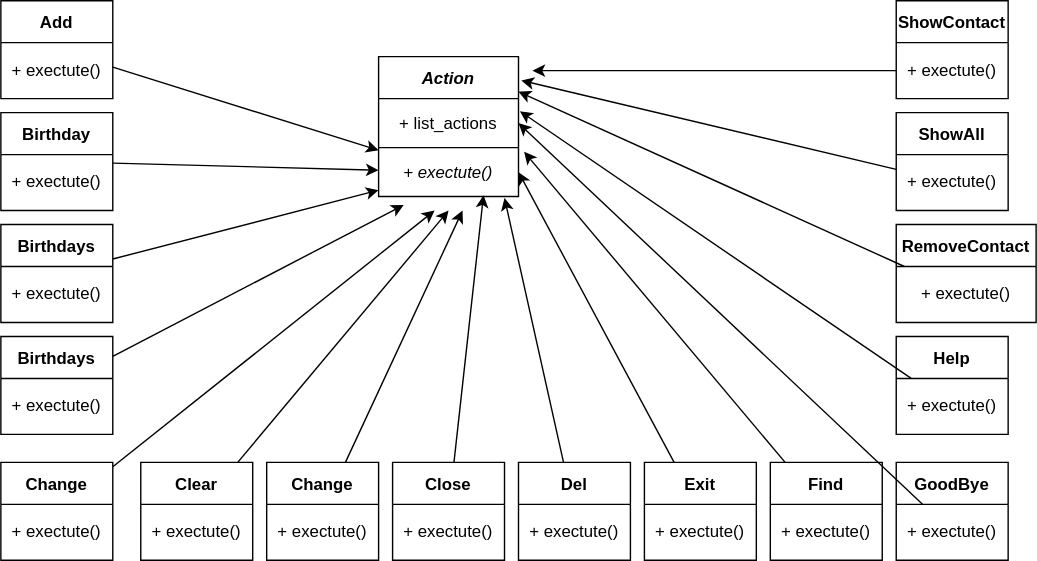
alex-kondr/Python keeps this draw.io diagram as Python web/HW_01/console_bot/console_bot/uml_actions.drawio.svg. Above is the earlier version. Source tidied: cells renumbered, new cells last; positions are measured from the earlier drawing's top-left corner, leaving out a move shared by most shapes. Its diagram source:
```xml
<mxGraphModel>
  <root>
    <mxCell id="0" />
    <mxCell id="1" parent="0" />
    <mxCell id="2" value="Action" style="shape=table;startSize=30;fontStyle=3;align=center;" parent="1" vertex="1">
      <mxGeometry x="270" y="40" width="100" height="100" as="geometry" />
    </mxCell>
    <mxCell id="3" style="shape=partialRectangle;html=1;whiteSpace=wrap;fillColor=none;top=0;left=0;bottom=0;right=0;points=[[0,0.5],[1,0.5]];portConstraint=eastwest;" parent="2" vertex="1">
      <mxGeometry y="30" width="100" height="35" as="geometry" />
    </mxCell>
    <mxCell id="4" value="+ list_actions" style="shape=partialRectangle;html=1;whiteSpace=wrap;fillColor=none;top=0;left=0;bottom=0;right=0;overflow=hidden;" parent="3" vertex="1">
      <mxGeometry width="100" height="35" as="geometry" />
    </mxCell>
    <mxCell id="5" style="shape=partialRectangle;html=1;whiteSpace=wrap;fillColor=none;top=0;left=0;bottom=0;right=0;points=[[0,0.5],[1,0.5]];portConstraint=eastwest;" parent="2" vertex="1">
      <mxGeometry y="65" width="100" height="35" as="geometry" />
    </mxCell>
    <mxCell id="6" value="&lt;i&gt;+ exectute()&lt;/i&gt;" style="shape=partialRectangle;html=1;whiteSpace=wrap;fillColor=none;top=0;left=0;bottom=0;right=0;overflow=hidden;" parent="5" vertex="1">
      <mxGeometry width="100" height="35" as="geometry" />
    </mxCell>
    <mxCell id="7" style="edgeStyle=none;html=1;" parent="1" edge="1" source="8" target="5">
      <mxGeometry relative="1" as="geometry" />
    </mxCell>
    <mxCell id="8" value="Add" style="shape=table;startSize=30;fontStyle=1;align=center;" parent="1" vertex="1">
      <mxGeometry width="80" height="70" as="geometry" />
    </mxCell>
    <mxCell id="9" style="shape=partialRectangle;html=1;whiteSpace=wrap;fillColor=none;top=0;left=0;bottom=0;right=0;" parent="8" vertex="1">
      <mxGeometry y="30" width="80" height="40" as="geometry" />
    </mxCell>
    <mxCell id="10" value="+ exectute()" style="shape=partialRectangle;html=1;whiteSpace=wrap;fillColor=none;top=0;left=0;bottom=0;right=0;overflow=hidden;" parent="9" vertex="1">
      <mxGeometry width="80" height="40" as="geometry" />
    </mxCell>
    <mxCell id="11" style="edgeStyle=none;html=1;" parent="1" edge="1" source="12" target="5">
      <mxGeometry relative="1" as="geometry" />
    </mxCell>
    <mxCell id="12" value="Birthday" style="shape=table;startSize=30;fontStyle=1;align=center;" parent="1" vertex="1">
      <mxGeometry y="80" width="80" height="70" as="geometry" />
    </mxCell>
    <mxCell id="13" style="shape=partialRectangle;html=1;whiteSpace=wrap;fillColor=none;top=0;left=0;bottom=0;right=0;" parent="12" vertex="1">
      <mxGeometry y="30" width="80" height="40" as="geometry" />
    </mxCell>
    <mxCell id="14" value="+ exectute()" style="shape=partialRectangle;html=1;whiteSpace=wrap;fillColor=none;top=0;left=0;bottom=0;right=0;overflow=hidden;" parent="13" vertex="1">
      <mxGeometry width="80" height="40" as="geometry" />
    </mxCell>
    <mxCell id="15" style="edgeStyle=none;html=1;" parent="1" edge="1" source="16" target="5">
      <mxGeometry relative="1" as="geometry" />
    </mxCell>
    <mxCell id="16" value="Birthdays" style="shape=table;startSize=30;fontStyle=1;align=center;" parent="1" vertex="1">
      <mxGeometry y="160" width="80" height="70" as="geometry" />
    </mxCell>
    <mxCell id="17" style="shape=partialRectangle;html=1;whiteSpace=wrap;fillColor=none;top=0;left=0;bottom=0;right=0;" parent="16" vertex="1">
      <mxGeometry y="30" width="80" height="40" as="geometry" />
    </mxCell>
    <mxCell id="18" value="+ exectute()" style="shape=partialRectangle;html=1;whiteSpace=wrap;fillColor=none;top=0;left=0;bottom=0;right=0;overflow=hidden;" parent="17" vertex="1">
      <mxGeometry width="80" height="40" as="geometry" />
    </mxCell>
    <mxCell id="19" style="edgeStyle=none;html=1;entryX=0.18;entryY=1.171;entryDx=0;entryDy=0;entryPerimeter=0;" parent="1" edge="1" source="20" target="5">
      <mxGeometry relative="1" as="geometry" />
    </mxCell>
    <mxCell id="20" value="Birthdays" style="shape=table;startSize=30;fontStyle=1;align=center;" parent="1" vertex="1">
      <mxGeometry y="240" width="80" height="70" as="geometry" />
    </mxCell>
    <mxCell id="21" style="shape=partialRectangle;html=1;whiteSpace=wrap;fillColor=none;top=0;left=0;bottom=0;right=0;" parent="20" vertex="1">
      <mxGeometry y="30" width="80" height="40" as="geometry" />
    </mxCell>
    <mxCell id="22" value="+ exectute()" style="shape=partialRectangle;html=1;whiteSpace=wrap;fillColor=none;top=0;left=0;bottom=0;right=0;overflow=hidden;" parent="21" vertex="1">
      <mxGeometry width="80" height="40" as="geometry" />
    </mxCell>
    <mxCell id="23" style="edgeStyle=none;html=1;entryX=0.4;entryY=1.286;entryDx=0;entryDy=0;entryPerimeter=0;" parent="1" edge="1" source="24" target="5">
      <mxGeometry relative="1" as="geometry" />
    </mxCell>
    <mxCell id="24" value="Change" style="shape=table;startSize=30;fontStyle=1;align=center;" parent="1" vertex="1">
      <mxGeometry y="330" width="80" height="70" as="geometry" />
    </mxCell>
    <mxCell id="25" style="shape=partialRectangle;html=1;whiteSpace=wrap;fillColor=none;top=0;left=0;bottom=0;right=0;" parent="24" vertex="1">
      <mxGeometry y="30" width="80" height="40" as="geometry" />
    </mxCell>
    <mxCell id="26" value="+ exectute()" style="shape=partialRectangle;html=1;whiteSpace=wrap;fillColor=none;top=0;left=0;bottom=0;right=0;overflow=hidden;" parent="25" vertex="1">
      <mxGeometry width="80" height="40" as="geometry" />
    </mxCell>
    <mxCell id="27" style="edgeStyle=none;html=1;" parent="1" edge="1" source="28">
      <mxGeometry relative="1" as="geometry">
        <mxPoint x="320" y="150" as="targetPoint" />
      </mxGeometry>
    </mxCell>
    <mxCell id="28" value="Clear" style="shape=table;startSize=30;fontStyle=1;align=center;" parent="1" vertex="1">
      <mxGeometry x="100" y="330" width="80" height="70" as="geometry" />
    </mxCell>
    <mxCell id="29" style="shape=partialRectangle;html=1;whiteSpace=wrap;fillColor=none;top=0;left=0;bottom=0;right=0;" parent="28" vertex="1">
      <mxGeometry y="30" width="80" height="40" as="geometry" />
    </mxCell>
    <mxCell id="30" value="+ exectute()" style="shape=partialRectangle;html=1;whiteSpace=wrap;fillColor=none;top=0;left=0;bottom=0;right=0;overflow=hidden;" parent="29" vertex="1">
      <mxGeometry width="80" height="40" as="geometry" />
    </mxCell>
    <mxCell id="31" style="edgeStyle=none;html=1;" parent="1" edge="1" source="32">
      <mxGeometry relative="1" as="geometry">
        <mxPoint x="330" y="150" as="targetPoint" />
      </mxGeometry>
    </mxCell>
    <mxCell id="32" value="Change" style="shape=table;startSize=30;fontStyle=1;align=center;" parent="1" vertex="1">
      <mxGeometry x="190" y="330" width="80" height="70" as="geometry" />
    </mxCell>
    <mxCell id="33" style="shape=partialRectangle;html=1;whiteSpace=wrap;fillColor=none;top=0;left=0;bottom=0;right=0;" parent="32" vertex="1">
      <mxGeometry y="30" width="80" height="40" as="geometry" />
    </mxCell>
    <mxCell id="34" value="+ exectute()" style="shape=partialRectangle;html=1;whiteSpace=wrap;fillColor=none;top=0;left=0;bottom=0;right=0;overflow=hidden;" parent="33" vertex="1">
      <mxGeometry width="80" height="40" as="geometry" />
    </mxCell>
    <mxCell id="35" style="edgeStyle=none;html=1;entryX=0.75;entryY=0.971;entryDx=0;entryDy=0;entryPerimeter=0;" parent="1" edge="1" source="36" target="5">
      <mxGeometry relative="1" as="geometry" />
    </mxCell>
    <mxCell id="36" value="Close" style="shape=table;startSize=30;fontStyle=1;align=center;" parent="1" vertex="1">
      <mxGeometry x="280" y="330" width="80" height="70" as="geometry" />
    </mxCell>
    <mxCell id="37" style="shape=partialRectangle;html=1;whiteSpace=wrap;fillColor=none;top=0;left=0;bottom=0;right=0;points=[[0,0.5],[1,0.5]];portConstraint=eastwest;" parent="36" vertex="1">
      <mxGeometry y="30" width="80" height="40" as="geometry" />
    </mxCell>
    <mxCell id="38" value="+ exectute()" style="shape=partialRectangle;html=1;whiteSpace=wrap;fillColor=none;top=0;left=0;bottom=0;right=0;overflow=hidden;" parent="37" vertex="1">
      <mxGeometry width="80" height="40" as="geometry" />
    </mxCell>
    <mxCell id="39" style="edgeStyle=none;html=1;entryX=0.9;entryY=1.029;entryDx=0;entryDy=0;entryPerimeter=0;" parent="1" edge="1" source="40" target="5">
      <mxGeometry relative="1" as="geometry" />
    </mxCell>
    <mxCell id="40" value="Del" style="shape=table;startSize=30;fontStyle=1;align=center;" parent="1" vertex="1">
      <mxGeometry x="370" y="330" width="80" height="70" as="geometry" />
    </mxCell>
    <mxCell id="41" style="shape=partialRectangle;html=1;whiteSpace=wrap;fillColor=none;top=0;left=0;bottom=0;right=0;" parent="40" vertex="1">
      <mxGeometry y="30" width="80" height="40" as="geometry" />
    </mxCell>
    <mxCell id="42" value="+ exectute()" style="shape=partialRectangle;html=1;whiteSpace=wrap;fillColor=none;top=0;left=0;bottom=0;right=0;overflow=hidden;" parent="41" vertex="1">
      <mxGeometry width="80" height="40" as="geometry" />
    </mxCell>
    <mxCell id="43" style="edgeStyle=none;html=1;entryX=1;entryY=0.5;entryDx=0;entryDy=0;" parent="1" edge="1" source="44" target="5">
      <mxGeometry relative="1" as="geometry" />
    </mxCell>
    <mxCell id="44" value="Exit" style="shape=table;startSize=30;fontStyle=1;align=center;" parent="1" vertex="1">
      <mxGeometry x="460" y="330" width="80" height="70" as="geometry" />
    </mxCell>
    <mxCell id="45" style="shape=partialRectangle;html=1;whiteSpace=wrap;fillColor=none;top=0;left=0;bottom=0;right=0;" parent="44" vertex="1">
      <mxGeometry y="30" width="80" height="40" as="geometry" />
    </mxCell>
    <mxCell id="46" value="+ exectute()" style="shape=partialRectangle;html=1;whiteSpace=wrap;fillColor=none;top=0;left=0;bottom=0;right=0;overflow=hidden;" parent="45" vertex="1">
      <mxGeometry width="80" height="40" as="geometry" />
    </mxCell>
    <mxCell id="47" style="edgeStyle=none;html=1;entryX=1.04;entryY=0.086;entryDx=0;entryDy=0;entryPerimeter=0;" parent="1" edge="1" source="48" target="5">
      <mxGeometry relative="1" as="geometry" />
    </mxCell>
    <mxCell id="48" value="Find" style="shape=table;startSize=30;fontStyle=1;align=center;" parent="1" vertex="1">
      <mxGeometry x="550" y="330" width="80" height="70" as="geometry" />
    </mxCell>
    <mxCell id="49" style="shape=partialRectangle;html=1;whiteSpace=wrap;fillColor=none;top=0;left=0;bottom=0;right=0;" parent="48" vertex="1">
      <mxGeometry y="30" width="80" height="40" as="geometry" />
    </mxCell>
    <mxCell id="50" value="+ exectute()" style="shape=partialRectangle;html=1;whiteSpace=wrap;fillColor=none;top=0;left=0;bottom=0;right=0;overflow=hidden;" parent="49" vertex="1">
      <mxGeometry width="80" height="40" as="geometry" />
    </mxCell>
    <mxCell id="51" value="GoodBye" style="shape=table;startSize=30;fontStyle=1;align=center;" parent="1" vertex="1">
      <mxGeometry x="640" y="330" width="80" height="70" as="geometry" />
    </mxCell>
    <mxCell id="52" style="shape=partialRectangle;html=1;whiteSpace=wrap;fillColor=none;top=0;left=0;bottom=0;right=0;points=[[0,0.5],[1,0.5]];portConstraint=eastwest;" parent="51" vertex="1">
      <mxGeometry y="30" width="80" height="40" as="geometry" />
    </mxCell>
    <mxCell id="53" value="+ exectute()" style="shape=partialRectangle;html=1;whiteSpace=wrap;fillColor=none;top=0;left=0;bottom=0;right=0;overflow=hidden;" parent="52" vertex="1">
      <mxGeometry width="80" height="40" as="geometry" />
    </mxCell>
    <mxCell id="54" style="edgeStyle=none;html=1;entryX=1;entryY=0.5;entryDx=0;entryDy=0;" parent="1" edge="1" source="52" target="3">
      <mxGeometry relative="1" as="geometry" />
    </mxCell>
    <mxCell id="55" value="Help" style="shape=table;startSize=30;fontStyle=1;align=center;" parent="1" vertex="1">
      <mxGeometry x="640" y="240" width="80" height="70" as="geometry" />
    </mxCell>
    <mxCell id="56" style="shape=partialRectangle;html=1;whiteSpace=wrap;fillColor=none;top=0;left=0;bottom=0;right=0;points=[[0,0.5],[1,0.5]];portConstraint=eastwest;" parent="55" vertex="1">
      <mxGeometry y="30" width="80" height="40" as="geometry" />
    </mxCell>
    <mxCell id="57" value="+ exectute()" style="shape=partialRectangle;html=1;whiteSpace=wrap;fillColor=none;top=0;left=0;bottom=0;right=0;overflow=hidden;" parent="56" vertex="1">
      <mxGeometry width="80" height="40" as="geometry" />
    </mxCell>
    <mxCell id="58" value="RemoveContact" style="shape=table;startSize=30;fontStyle=1;align=center;" parent="1" vertex="1">
      <mxGeometry x="640" y="160" width="100" height="70" as="geometry" />
    </mxCell>
    <mxCell id="59" style="shape=partialRectangle;html=1;whiteSpace=wrap;fillColor=none;top=0;left=0;bottom=0;right=0;points=[[0,0.5],[1,0.5]];portConstraint=eastwest;" parent="58" vertex="1">
      <mxGeometry y="30" width="100" height="40" as="geometry" />
    </mxCell>
    <mxCell id="60" value="+ exectute()" style="shape=partialRectangle;html=1;whiteSpace=wrap;fillColor=none;top=0;left=0;bottom=0;right=0;overflow=hidden;" parent="59" vertex="1">
      <mxGeometry width="100" height="40" as="geometry" />
    </mxCell>
    <mxCell id="61" style="edgeStyle=none;html=1;entryX=1.01;entryY=0.257;entryDx=0;entryDy=0;entryPerimeter=0;" parent="1" edge="1" source="56" target="3">
      <mxGeometry relative="1" as="geometry" />
    </mxCell>
    <mxCell id="62" style="edgeStyle=none;html=1;entryX=1;entryY=0.25;entryDx=0;entryDy=0;" parent="1" edge="1" source="59" target="2">
      <mxGeometry relative="1" as="geometry" />
    </mxCell>
    <mxCell id="63" value="ShowAll" style="shape=table;startSize=30;fontStyle=1;align=center;" parent="1" vertex="1">
      <mxGeometry x="640" y="80" width="80" height="70" as="geometry" />
    </mxCell>
    <mxCell id="64" style="shape=partialRectangle;html=1;whiteSpace=wrap;fillColor=none;top=0;left=0;bottom=0;right=0;points=[[0,0.5],[1,0.5]];portConstraint=eastwest;" parent="63" vertex="1">
      <mxGeometry y="30" width="80" height="40" as="geometry" />
    </mxCell>
    <mxCell id="65" value="+ exectute()" style="shape=partialRectangle;html=1;whiteSpace=wrap;fillColor=none;top=0;left=0;bottom=0;right=0;overflow=hidden;" parent="64" vertex="1">
      <mxGeometry width="80" height="40" as="geometry" />
    </mxCell>
    <mxCell id="66" style="edgeStyle=none;html=1;entryX=1.02;entryY=0.17;entryDx=0;entryDy=0;entryPerimeter=0;" parent="1" edge="1" source="64" target="2">
      <mxGeometry relative="1" as="geometry" />
    </mxCell>
    <mxCell id="67" value="ShowContact" style="shape=table;startSize=30;fontStyle=1;align=center;" parent="1" vertex="1">
      <mxGeometry x="640" width="80" height="70" as="geometry" />
    </mxCell>
    <mxCell id="68" style="shape=partialRectangle;html=1;whiteSpace=wrap;fillColor=none;top=0;left=0;bottom=0;right=0;points=[[0,0.5],[1,0.5]];portConstraint=eastwest;" parent="67" vertex="1">
      <mxGeometry y="30" width="80" height="40" as="geometry" />
    </mxCell>
    <mxCell id="69" value="+ exectute()" style="shape=partialRectangle;html=1;whiteSpace=wrap;fillColor=none;top=0;left=0;bottom=0;right=0;overflow=hidden;" parent="68" vertex="1">
      <mxGeometry width="80" height="40" as="geometry" />
    </mxCell>
    <mxCell id="70" style="edgeStyle=none;html=1;" parent="1" edge="1" source="68">
      <mxGeometry relative="1" as="geometry">
        <mxPoint x="380" y="50" as="targetPoint" />
      </mxGeometry>
    </mxCell>
  </root>
</mxGraphModel>
```
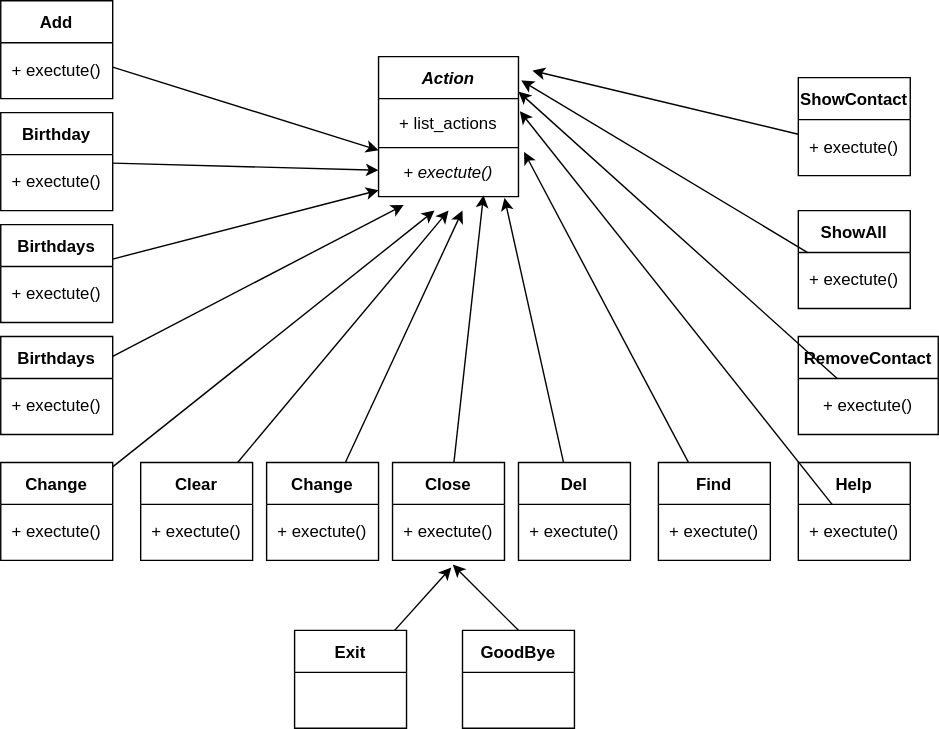
The same file after the commit.

What changed in the source:
```diff
@@ -129,23 +129,23 @@
     <mxCell id="42" value="+ exectute()" style="shape=partialRectangle;html=1;whiteSpace=wrap;fillColor=none;top=0;left=0;bottom=0;right=0;overflow=hidden;" parent="41" vertex="1">
       <mxGeometry width="80" height="40" as="geometry" />
     </mxCell>
-    <mxCell id="43" style="edgeStyle=none;html=1;entryX=1;entryY=0.5;entryDx=0;entryDy=0;" parent="1" edge="1" source="44" target="5">
+    <mxCell id="43" style="edgeStyle=none;html=1;entryX=0.525;entryY=1.125;entryDx=0;entryDy=0;entryPerimeter=0;" parent="1" edge="1" source="44" target="37">
       <mxGeometry relative="1" as="geometry" />
     </mxCell>
     <mxCell id="44" value="Exit" style="shape=table;startSize=30;fontStyle=1;align=center;" parent="1" vertex="1">
-      <mxGeometry x="460" y="330" width="80" height="70" as="geometry" />
+      <mxGeometry x="210" y="450" width="80" height="70" as="geometry" />
     </mxCell>
     <mxCell id="45" style="shape=partialRectangle;html=1;whiteSpace=wrap;fillColor=none;top=0;left=0;bottom=0;right=0;" parent="44" vertex="1">
       <mxGeometry y="30" width="80" height="40" as="geometry" />
     </mxCell>
-    <mxCell id="46" value="+ exectute()" style="shape=partialRectangle;html=1;whiteSpace=wrap;fillColor=none;top=0;left=0;bottom=0;right=0;overflow=hidden;" parent="45" vertex="1">
+    <mxCell id="46" style="shape=partialRectangle;html=1;whiteSpace=wrap;fillColor=none;top=0;left=0;bottom=0;right=0;overflow=hidden;" parent="45" vertex="1">
       <mxGeometry width="80" height="40" as="geometry" />
     </mxCell>
     <mxCell id="47" style="edgeStyle=none;html=1;entryX=1.04;entryY=0.086;entryDx=0;entryDy=0;entryPerimeter=0;" parent="1" edge="1" source="48" target="5">
       <mxGeometry relative="1" as="geometry" />
     </mxCell>
     <mxCell id="48" value="Find" style="shape=table;startSize=30;fontStyle=1;align=center;" parent="1" vertex="1">
-      <mxGeometry x="550" y="330" width="80" height="70" as="geometry" />
+      <mxGeometry x="470" y="330" width="80" height="70" as="geometry" />
     </mxCell>
     <mxCell id="49" style="shape=partialRectangle;html=1;whiteSpace=wrap;fillColor=none;top=0;left=0;bottom=0;right=0;" parent="48" vertex="1">
       <mxGeometry y="30" width="80" height="40" as="geometry" />
@@ -154,19 +154,19 @@
       <mxGeometry width="80" height="40" as="geometry" />
     </mxCell>
     <mxCell id="51" value="GoodBye" style="shape=table;startSize=30;fontStyle=1;align=center;" parent="1" vertex="1">
-      <mxGeometry x="640" y="330" width="80" height="70" as="geometry" />
+      <mxGeometry x="330" y="450" width="80" height="70" as="geometry" />
     </mxCell>
     <mxCell id="52" style="shape=partialRectangle;html=1;whiteSpace=wrap;fillColor=none;top=0;left=0;bottom=0;right=0;points=[[0,0.5],[1,0.5]];portConstraint=eastwest;" parent="51" vertex="1">
       <mxGeometry y="30" width="80" height="40" as="geometry" />
     </mxCell>
-    <mxCell id="53" value="+ exectute()" style="shape=partialRectangle;html=1;whiteSpace=wrap;fillColor=none;top=0;left=0;bottom=0;right=0;overflow=hidden;" parent="52" vertex="1">
+    <mxCell id="53" style="shape=partialRectangle;html=1;whiteSpace=wrap;fillColor=none;top=0;left=0;bottom=0;right=0;overflow=hidden;" parent="52" vertex="1">
       <mxGeometry width="80" height="40" as="geometry" />
     </mxCell>
-    <mxCell id="54" style="edgeStyle=none;html=1;entryX=1;entryY=0.5;entryDx=0;entryDy=0;" parent="1" edge="1" source="52" target="3">
+    <mxCell id="54" style="edgeStyle=none;html=1;entryX=0.538;entryY=1.075;entryDx=0;entryDy=0;entryPerimeter=0;exitX=0.5;exitY=0;exitDx=0;exitDy=0;" parent="1" edge="1" source="51" target="37">
       <mxGeometry relative="1" as="geometry" />
     </mxCell>
     <mxCell id="55" value="Help" style="shape=table;startSize=30;fontStyle=1;align=center;" parent="1" vertex="1">
-      <mxGeometry x="640" y="240" width="80" height="70" as="geometry" />
+      <mxGeometry x="570" y="330" width="80" height="70" as="geometry" />
     </mxCell>
     <mxCell id="56" style="shape=partialRectangle;html=1;whiteSpace=wrap;fillColor=none;top=0;left=0;bottom=0;right=0;points=[[0,0.5],[1,0.5]];portConstraint=eastwest;" parent="55" vertex="1">
       <mxGeometry y="30" width="80" height="40" as="geometry" />
@@ -175,7 +175,7 @@
       <mxGeometry width="80" height="40" as="geometry" />
     </mxCell>
     <mxCell id="58" value="RemoveContact" style="shape=table;startSize=30;fontStyle=1;align=center;" parent="1" vertex="1">
-      <mxGeometry x="640" y="160" width="100" height="70" as="geometry" />
+      <mxGeometry x="570" y="240" width="100" height="70" as="geometry" />
     </mxCell>
     <mxCell id="59" style="shape=partialRectangle;html=1;whiteSpace=wrap;fillColor=none;top=0;left=0;bottom=0;right=0;points=[[0,0.5],[1,0.5]];portConstraint=eastwest;" parent="58" vertex="1">
       <mxGeometry y="30" width="100" height="40" as="geometry" />
@@ -190,7 +190,7 @@
       <mxGeometry relative="1" as="geometry" />
     </mxCell>
     <mxCell id="63" value="ShowAll" style="shape=table;startSize=30;fontStyle=1;align=center;" parent="1" vertex="1">
-      <mxGeometry x="640" y="80" width="80" height="70" as="geometry" />
+      <mxGeometry x="570" y="150" width="80" height="70" as="geometry" />
     </mxCell>
     <mxCell id="64" style="shape=partialRectangle;html=1;whiteSpace=wrap;fillColor=none;top=0;left=0;bottom=0;right=0;points=[[0,0.5],[1,0.5]];portConstraint=eastwest;" parent="63" vertex="1">
       <mxGeometry y="30" width="80" height="40" as="geometry" />
@@ -202,7 +202,7 @@
       <mxGeometry relative="1" as="geometry" />
     </mxCell>
     <mxCell id="67" value="ShowContact" style="shape=table;startSize=30;fontStyle=1;align=center;" parent="1" vertex="1">
-      <mxGeometry x="640" width="80" height="70" as="geometry" />
+      <mxGeometry x="570" y="55" width="80" height="70" as="geometry" />
     </mxCell>
     <mxCell id="68" style="shape=partialRectangle;html=1;whiteSpace=wrap;fillColor=none;top=0;left=0;bottom=0;right=0;points=[[0,0.5],[1,0.5]];portConstraint=eastwest;" parent="67" vertex="1">
       <mxGeometry y="30" width="80" height="40" as="geometry" />
```
